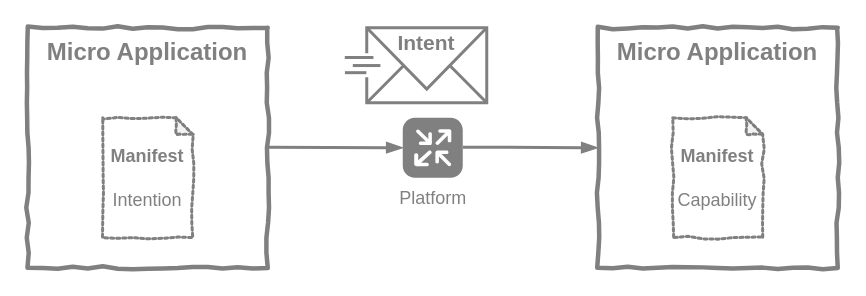
Earlier version of the draw.io diagram page "intention-api" (3 of 18) of docs/adoc/microfrontend-platform-developer-guide/developer-guide.drawio (SchweizerischeBundesbahnen/scion-microfrontend-platform). Source tidied: cells renumbered, new cells numbered last; positions are measured from the earlier drawing's top-left corner, leaving out a move shared by most shapes. Both pictures are drawn from the tidied source at 150%, with x=0, y=0 at pixel (27, 27).
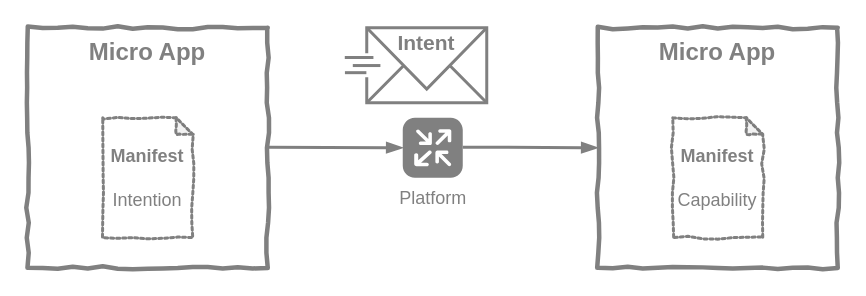
After the change.

What changed in the source:
```diff
@@
-    <mxCell id="2" value="&lt;font style=&quot;font-size: 16px&quot;&gt;&lt;b&gt;Micro Application&lt;/b&gt;&lt;/font&gt;" style="whiteSpace=wrap;html=1;rounded=0;shadow=0;glass=0;comic=1;strokeColor=#808080;strokeWidth=3;fillColor=#ffffff;gradientColor=none;fontColor=#808080;horizontal=1;verticalAlign=top;" parent="1" vertex="1">
+    <mxCell id="2" value="&lt;font style=&quot;font-size: 16px&quot;&gt;&lt;b&gt;Micro App&lt;/b&gt;&lt;/font&gt;" style="whiteSpace=wrap;html=1;rounded=0;shadow=0;glass=0;comic=1;strokeColor=#808080;strokeWidth=3;fillColor=#ffffff;gradientColor=none;fontColor=#808080;horizontal=1;verticalAlign=top;" parent="1" vertex="1">
       <mxGeometry width="160" height="160" as="geometry" />
     </mxCell>
@@
-    <mxCell id="4" value="&lt;font style=&quot;font-size: 16px&quot;&gt;&lt;b&gt;Micro Application&lt;/b&gt;&lt;/font&gt;" style="whiteSpace=wrap;html=1;rounded=0;shadow=0;glass=0;comic=1;strokeColor=#808080;strokeWidth=3;fillColor=#ffffff;gradientColor=none;fontColor=#808080;horizontal=1;verticalAlign=top;" parent="1" vertex="1">
+    <mxCell id="4" value="&lt;font style=&quot;font-size: 16px&quot;&gt;&lt;b&gt;Micro App&lt;/b&gt;&lt;/font&gt;" style="whiteSpace=wrap;html=1;rounded=0;shadow=0;glass=0;comic=1;strokeColor=#808080;strokeWidth=3;fillColor=#ffffff;gradientColor=none;fontColor=#808080;horizontal=1;verticalAlign=top;" parent="1" vertex="1">
       <mxGeometry x="380" width="160" height="160" as="geometry" />
     </mxCell>
```
